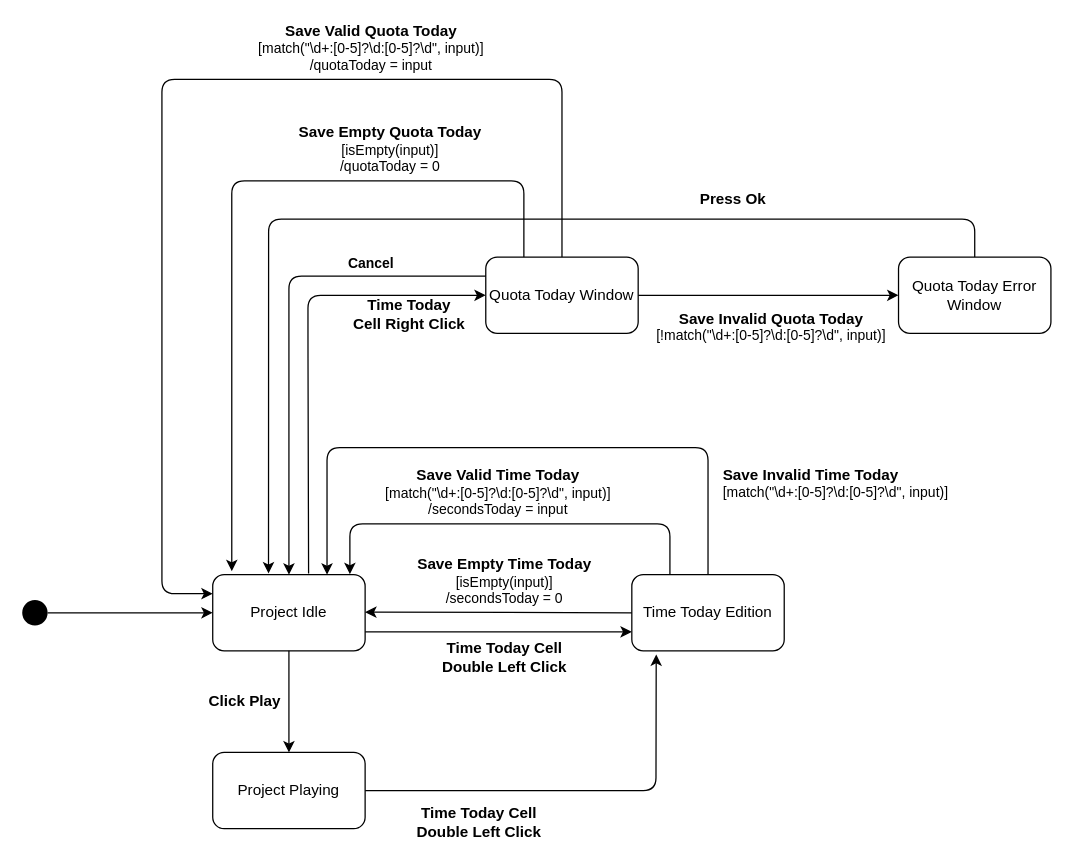
Jumaruba/jtimesched keeps this draw.io diagram as docs/04_assignment/schema/02_edit_time_today/02_state_machine.drawio. Above is the earlier version. Source tidied: cells renumbered, new cells numbered last; positions are measured from the earlier drawing's top-left corner, leaving out a move shared by most shapes. Both pictures are drawn from the tidied source at 127%, with x=0, y=0 at pixel (22, 28).
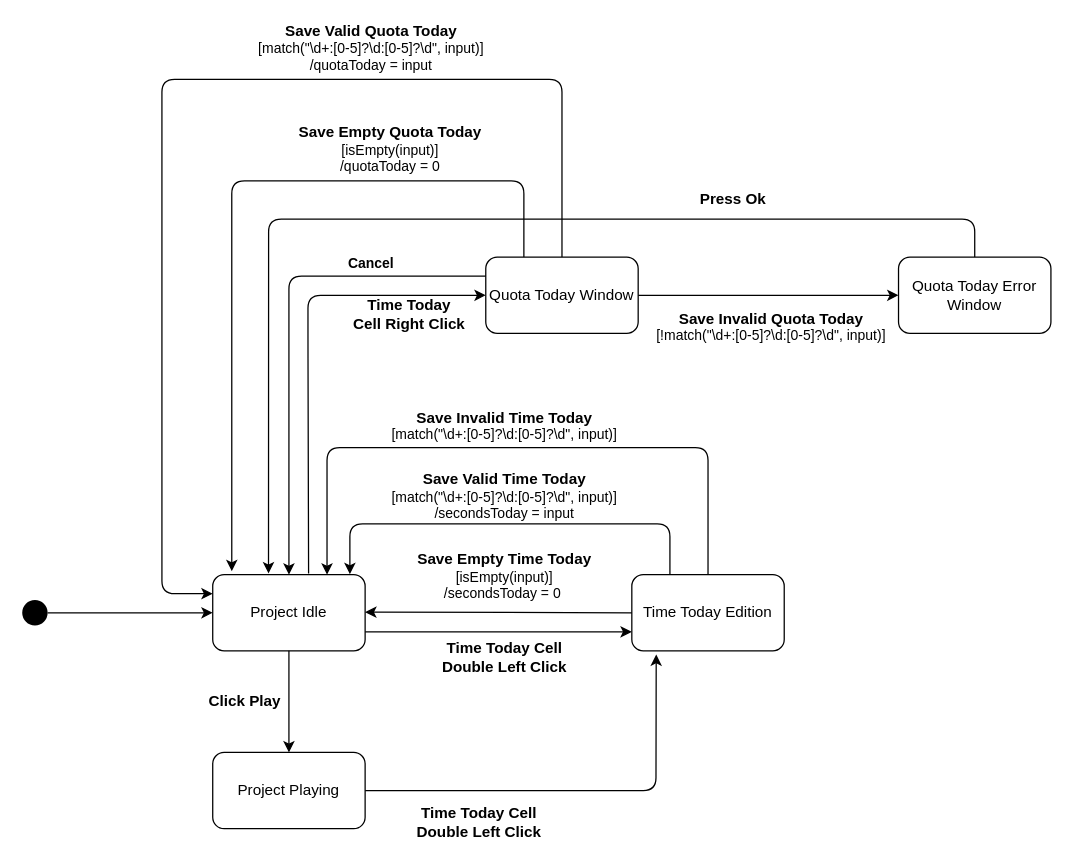
The same diagram, later.

The edit, as a diff of the source:
```diff
@@
     <mxCell id="16" value="&lt;div style=&quot;&quot;&gt;&lt;b&gt;&lt;font style=&quot;font-size: 12px&quot;&gt;Save Valid Time Today&lt;/font&gt;&lt;/b&gt;&lt;/div&gt;&lt;span style=&quot;font-size: 11px&quot;&gt;&lt;div style=&quot;&quot;&gt;&lt;span&gt;[match(&quot;&lt;/span&gt;&lt;font style=&quot;font-family: &amp;quot;helvetica&amp;quot; , &amp;quot;arial&amp;quot; , &amp;quot;freesans&amp;quot; , sans-serif&quot;&gt;\d+:[0-5]?\d:[0-5]?\d&quot;, input)&lt;/font&gt;&lt;span style=&quot;font-family: &amp;quot;helvetica&amp;quot;&quot;&gt;]&lt;/span&gt;&lt;/div&gt;&lt;/span&gt;&lt;span style=&quot;font-size: 11px&quot;&gt;&lt;div style=&quot;&quot;&gt;&lt;span&gt;/secondsToday = input&lt;/span&gt;&lt;/div&gt;&lt;/span&gt;" style="text;html=1;strokeColor=none;fillColor=none;align=center;verticalAlign=middle;whiteSpace=wrap;rounded=0;" parent="1" vertex="1">
-      <mxGeometry x="265" y="350" width="220" height="30" as="geometry" />
+      <mxGeometry x="270" y="353" width="220" height="30" as="geometry" />
     </mxCell>
@@
-    <mxCell id="26" value="&lt;div style=&quot;&quot;&gt;&lt;b&gt;&lt;font style=&quot;font-size: 12px&quot;&gt;Save Empty Time Today&lt;/font&gt;&lt;/b&gt;&lt;/div&gt;&lt;span style=&quot;font-size: 11px&quot;&gt;&lt;div style=&quot;&quot;&gt;&lt;span&gt;[isEmpty(&lt;/span&gt;&lt;font style=&quot;font-family: &amp;quot;helvetica&amp;quot; , &amp;quot;arial&amp;quot; , &amp;quot;freesans&amp;quot; , sans-serif&quot;&gt;input)&lt;/font&gt;&lt;span style=&quot;font-family: &amp;quot;helvetica&amp;quot;&quot;&gt;]&lt;/span&gt;&lt;/div&gt;&lt;/span&gt;&lt;span style=&quot;font-size: 11px&quot;&gt;&lt;div style=&quot;&quot;&gt;&lt;span&gt;/secondsToday = 0&lt;/span&gt;&lt;/div&gt;&lt;/span&gt;" style="text;html=1;strokeColor=none;fillColor=none;align=center;verticalAlign=middle;whiteSpace=wrap;rounded=0;" parent="1" vertex="1">
-      <mxGeometry x="270" y="420" width="220" height="30" as="geometry" />
+    <mxCell id="26" value="&lt;div&gt;&lt;b&gt;&lt;font style=&quot;font-size: 12px&quot;&gt;Save Empty Time Today&lt;/font&gt;&lt;/b&gt;&lt;/div&gt;&lt;span style=&quot;font-size: 11px&quot;&gt;&lt;div&gt;&lt;span&gt;[isEmpty(&lt;/span&gt;&lt;font style=&quot;font-family: &amp;#34;helvetica&amp;#34; , &amp;#34;arial&amp;#34; , &amp;#34;freesans&amp;#34; , sans-serif&quot;&gt;input)&lt;/font&gt;&lt;span style=&quot;font-family: &amp;#34;helvetica&amp;#34;&quot;&gt;]&lt;/span&gt;&lt;/div&gt;&lt;/span&gt;&lt;span style=&quot;font-size: 11px&quot;&gt;&lt;div&gt;&lt;span&gt;/secondsToday = 0&amp;nbsp;&lt;/span&gt;&lt;/div&gt;&lt;/span&gt;" style="text;html=1;strokeColor=none;fillColor=none;align=center;verticalAlign=middle;whiteSpace=wrap;rounded=0;" parent="1" vertex="1">
+      <mxGeometry x="270" y="416" width="220" height="30" as="geometry" />
     </mxCell>
@@
-    <mxCell id="32" value="&lt;div&gt;&lt;b&gt;&lt;font style=&quot;font-size: 12px&quot;&gt;Save Invalid Time Today&lt;/font&gt;&lt;/b&gt;&lt;/div&gt;&lt;span style=&quot;font-size: 11px&quot;&gt;&lt;div&gt;&lt;span&gt;[match(&quot;&lt;/span&gt;&lt;font style=&quot;font-family: &amp;#34;helvetica&amp;#34; , &amp;#34;arial&amp;#34; , &amp;#34;freesans&amp;#34; , sans-serif&quot;&gt;\d+:[0-5]?\d:[0-5]?\d&quot;, input)&lt;/font&gt;&lt;span style=&quot;font-family: &amp;#34;helvetica&amp;#34;&quot;&gt;]&lt;/span&gt;&lt;/div&gt;&lt;/span&gt;&lt;span style=&quot;font-size: 11px&quot;&gt;&lt;br&gt;&lt;/span&gt;" style="text;html=1;strokeColor=none;fillColor=none;align=left;verticalAlign=middle;whiteSpace=wrap;rounded=0;" parent="1" vertex="1">
-      <mxGeometry x="550" y="350" width="180" height="30" as="geometry" />
+    <mxCell id="32" value="&lt;div&gt;&lt;b&gt;&lt;font style=&quot;font-size: 12px&quot;&gt;Save Invalid Time Today&lt;/font&gt;&lt;/b&gt;&lt;/div&gt;&lt;span style=&quot;font-size: 11px&quot;&gt;&lt;div&gt;&lt;span&gt;[match(&quot;&lt;/span&gt;&lt;font style=&quot;font-family: &amp;quot;helvetica&amp;quot; , &amp;quot;arial&amp;quot; , &amp;quot;freesans&amp;quot; , sans-serif&quot;&gt;\d+:[0-5]?\d:[0-5]?\d&quot;, input)&lt;/font&gt;&lt;span style=&quot;font-family: &amp;quot;helvetica&amp;quot;&quot;&gt;]&lt;/span&gt;&lt;/div&gt;&lt;/span&gt;&lt;span style=&quot;font-size: 11px&quot;&gt;&lt;br&gt;&lt;/span&gt;" style="text;html=1;strokeColor=none;fillColor=none;align=center;verticalAlign=middle;whiteSpace=wrap;rounded=0;" parent="1" vertex="1">
+      <mxGeometry x="290" y="305" width="180" height="30" as="geometry" />
     </mxCell>
```
